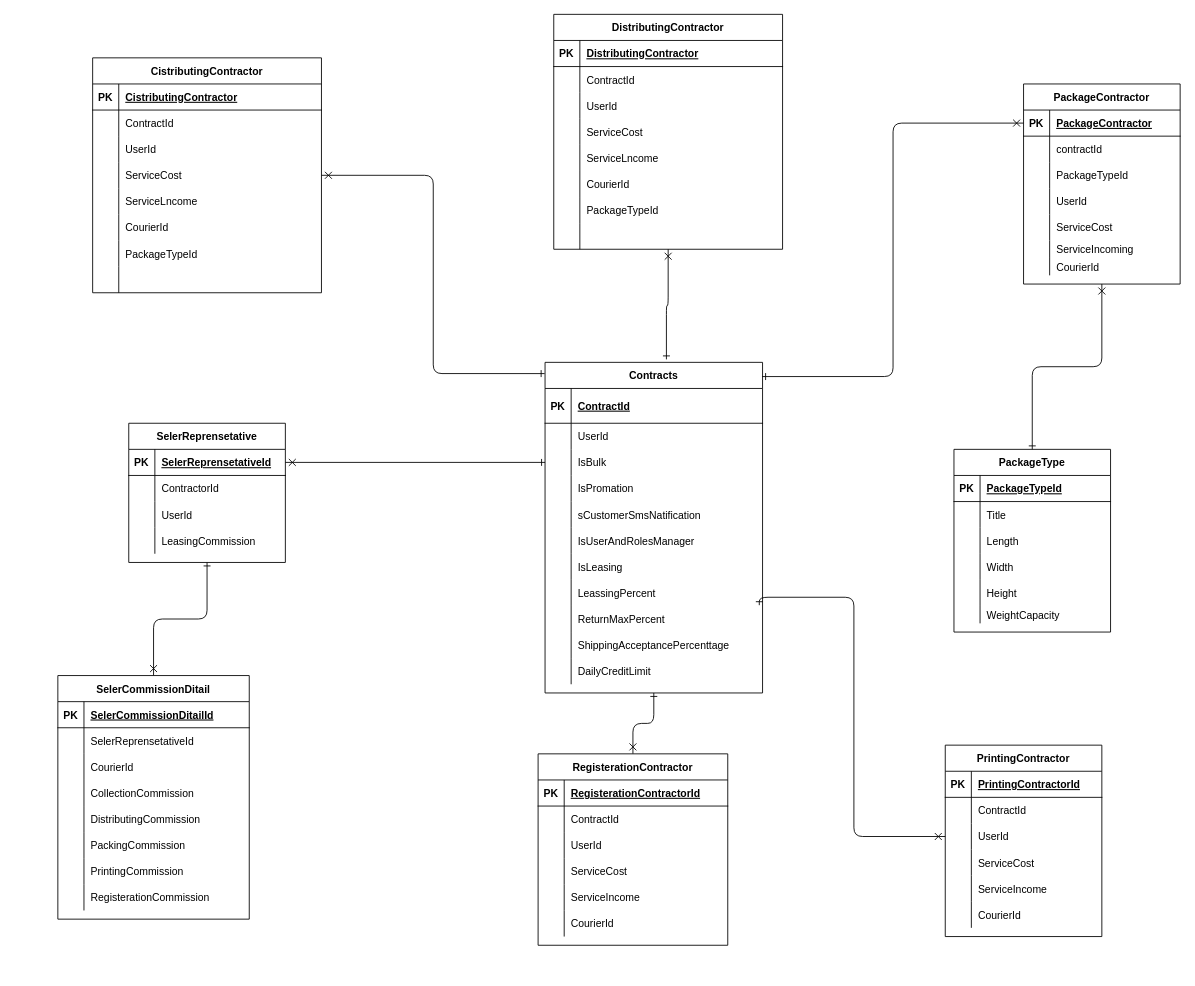
This is 04-Contract-Service/Diagrams/ContractServiceDatabase.drawio from behrangaghili/Postex-Documents_Diagrams, a draw.io file, before an edit. Source tidied: cells renumbered, new cells numbered last; positions are measured from the earlier drawing's top-left corner, leaving out a move shared by most shapes. Both pictures are drawn from the tidied source at 87%, with x=0, y=0 at pixel (57, 14).
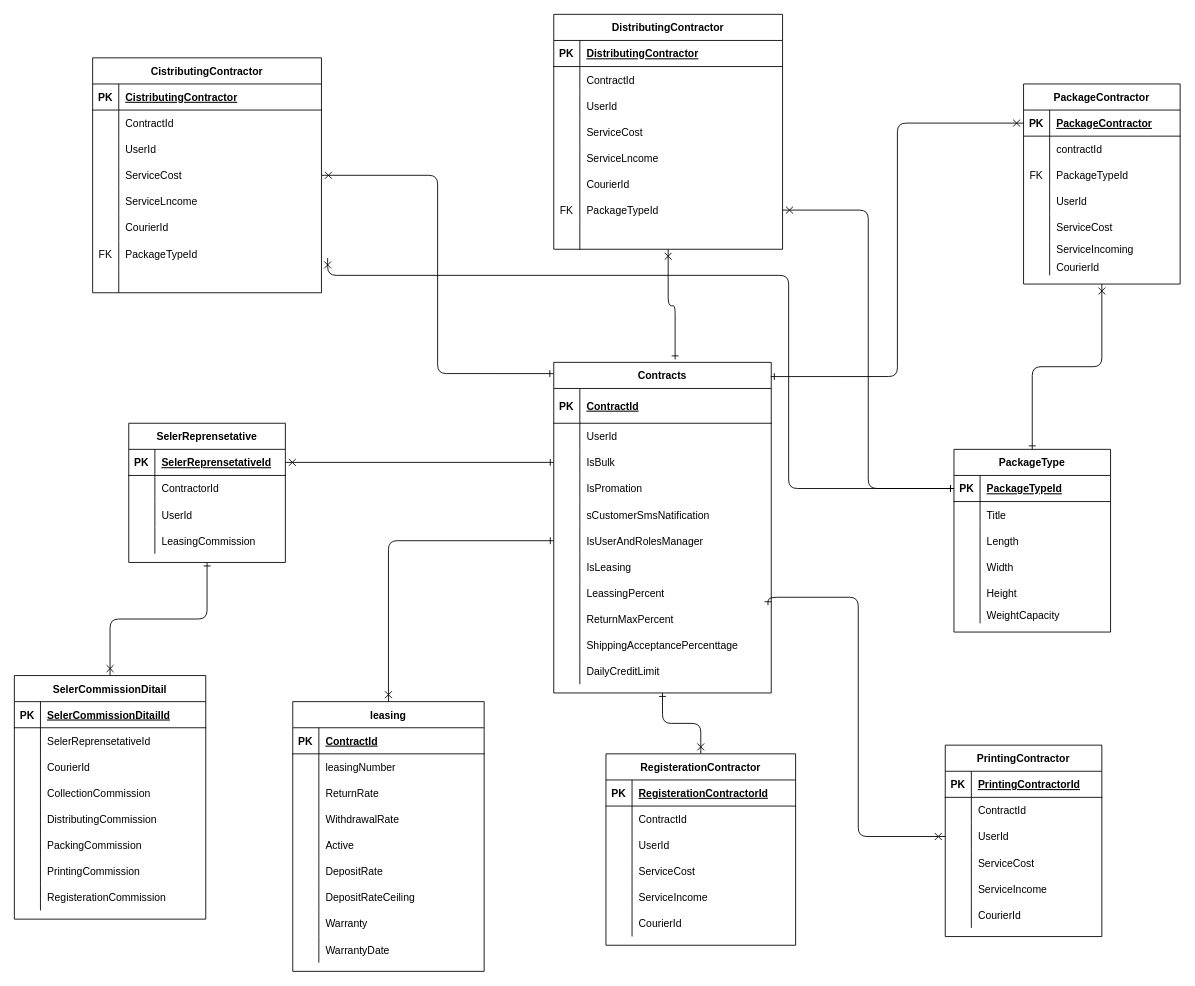
After the change.

Unchanged cells that the change refers to:
```xml
<mxCell id="18" style="shape=partialRectangle;fillColor=none;top=0;left=0;bottom=0;right=0;points=[[0,0.5],[1,0.5]];portConstraint=eastwest;" parent="2" vertex="1">
  <mxGeometry y="190" width="250" height="30" as="geometry" />
</mxCell>
<mxCell id="37" style="shape=partialRectangle;fillColor=none;top=0;left=0;bottom=1;right=0;points=[[0,0.5],[1,0.5]];portConstraint=eastwest;" parent="36" vertex="1">
  <mxGeometry y="30" width="180" height="30" as="geometry" />
</mxCell>
<mxCell id="88" style="shape=partialRectangle;fillColor=none;top=0;left=0;bottom=0;right=0;points=[[0,0.5],[1,0.5]];portConstraint=eastwest;" parent="69" vertex="1">
  <mxGeometry y="210" width="263" height="30" as="geometry" />
</mxCell>
<mxCell id="140" style="shape=partialRectangle;fillColor=none;top=0;left=0;bottom=0;right=0;points=[[0,0.5],[1,0.5]];portConstraint=eastwest;" parent="121" vertex="1">
  <mxGeometry y="210" width="263" height="30" as="geometry" />
</mxCell>
<mxCell id="193" style="shape=partialRectangle;fillColor=none;top=0;left=0;bottom=0;right=0;" parent="186" vertex="1">
  <mxGeometry y="90" width="180" height="30" as="geometry" />
</mxCell>
```

The edit, as a diff of the source:
```diff
@@
     <mxCell id="2" value="Contracts" style="shape=table;startSize=30;childLayout=tableLayout;rowLines=0;fontStyle=1;align=center;" parent="1" vertex="1">
-      <mxGeometry x="560" y="400" width="250" height="380" as="geometry" />
+      <mxGeometry x="570" y="400" width="250" height="380" as="geometry" />
     </mxCell>
@@
-    <mxCell id="89" style="shape=partialRectangle;fillColor=none;top=0;left=0;bottom=0;right=0;overflow=hidden;" parent="88" vertex="1">
+    <mxCell id="89" value="FK" style="shape=partialRectangle;fillColor=none;top=0;left=0;bottom=0;right=0;overflow=hidden;" parent="88" vertex="1">
       <mxGeometry width="30" height="30" as="geometry" />
     </mxCell>
@@
     <mxCell id="95" value="SelerCommissionDitail" style="shape=table;startSize=30;childLayout=tableLayout;rowLines=0;fontStyle=1;align=center;" parent="1" vertex="1">
-      <mxGeometry y="760" width="220" height="280" as="geometry" />
+      <mxGeometry x="-50" y="760" width="220" height="280" as="geometry" />
     </mxCell>
@@
-    <mxCell id="141" style="shape=partialRectangle;fillColor=none;top=0;left=0;bottom=0;right=0;overflow=hidden;" parent="140" vertex="1">
+    <mxCell id="141" value="FK" style="shape=partialRectangle;fillColor=none;top=0;left=0;bottom=0;right=0;overflow=hidden;" parent="140" vertex="1">
       <mxGeometry width="30" height="30" as="geometry" />
     </mxCell>
@@
     <mxCell id="166" value="RegisterationContractor" style="shape=table;startSize=30;childLayout=tableLayout;rowLines=0;fontStyle=1;align=center;" parent="1" vertex="1">
-      <mxGeometry x="552" y="850" width="218" height="220" as="geometry" />
+      <mxGeometry x="630" y="850" width="218" height="220" as="geometry" />
     </mxCell>
@@
-    <mxCell id="194" style="shape=partialRectangle;fillColor=none;top=0;left=0;bottom=0;right=0;overflow=hidden;" parent="193" vertex="1">
+    <mxCell id="194" value="FK" style="shape=partialRectangle;fillColor=none;top=0;left=0;bottom=0;right=0;overflow=hidden;" parent="193" vertex="1">
       <mxGeometry width="30" height="30" as="geometry" />
     </mxCell>
@@
+    <mxCell id="211" style="edgeStyle=orthogonalEdgeStyle;html=1;exitX=0;exitY=0.5;exitDx=0;exitDy=0;entryX=1;entryY=0.5;entryDx=0;entryDy=0;startArrow=ERone;startFill=0;endArrow=cross;endFill=0;" parent="1" edge="1" source="37" target="88">
+      <mxGeometry relative="1" as="geometry" />
+    </mxCell>
+    <mxCell id="212" style="edgeStyle=orthogonalEdgeStyle;html=1;exitX=0;exitY=0.5;exitDx=0;exitDy=0;entryX=1.027;entryY=0.667;entryDx=0;entryDy=0;entryPerimeter=0;startArrow=ERone;startFill=0;endArrow=cross;endFill=0;" parent="1" edge="1" source="37" target="140">
+      <mxGeometry relative="1" as="geometry">
+        <Array as="points">
+          <mxPoint x="840" y="545" />
+          <mxPoint x="840" y="300" />
+          <mxPoint x="310" y="300" />
+        </Array>
+      </mxGeometry>
+    </mxCell>
+    <mxCell id="213" value="leasing" style="shape=table;startSize=30;childLayout=tableLayout;rowLines=0;fontStyle=1;align=center;" parent="1" vertex="1">
+      <mxGeometry x="270" y="790" width="220" height="310" as="geometry" />
+    </mxCell>
+    <mxCell id="214" style="shape=partialRectangle;fillColor=none;top=0;left=0;bottom=1;right=0;" parent="213" vertex="1">
+      <mxGeometry y="30" width="220" height="30" as="geometry" />
+    </mxCell>
+    <mxCell id="215" value="PK" style="shape=partialRectangle;fillColor=none;top=0;left=0;bottom=0;right=0;fontStyle=1;overflow=hidden;" parent="214" vertex="1">
+      <mxGeometry width="30" height="30" as="geometry" />
+    </mxCell>
+    <mxCell id="216" value="ContractId" style="shape=partialRectangle;fillColor=none;top=0;left=0;bottom=0;right=0;align=left;spacingLeft=6;fontStyle=5;overflow=hidden;" parent="214" vertex="1">
+      <mxGeometry x="30" width="190" height="30" as="geometry" />
+    </mxCell>
+    <mxCell id="217" style="shape=partialRectangle;fillColor=none;top=0;left=0;bottom=0;right=0;" parent="213" vertex="1">
+      <mxGeometry y="60" width="220" height="30" as="geometry" />
+    </mxCell>
+    <mxCell id="218" style="shape=partialRectangle;fillColor=none;top=0;left=0;bottom=0;right=0;overflow=hidden;" parent="217" vertex="1">
+      <mxGeometry width="30" height="30" as="geometry" />
+    </mxCell>
+    <mxCell id="219" value="leasingNumber" style="shape=partialRectangle;fillColor=none;top=0;left=0;bottom=0;right=0;align=left;spacingLeft=6;overflow=hidden;" parent="217" vertex="1">
+      <mxGeometry x="30" width="190" height="30" as="geometry" />
+    </mxCell>
+    <mxCell id="220" style="shape=partialRectangle;fillColor=none;top=0;left=0;bottom=0;right=0;" parent="213" vertex="1">
+      <mxGeometry y="90" width="220" height="30" as="geometry" />
+    </mxCell>
+    <mxCell id="221" style="shape=partialRectangle;fillColor=none;top=0;left=0;bottom=0;right=0;overflow=hidden;" parent="220" vertex="1">
+      <mxGeometry width="30" height="30" as="geometry" />
+    </mxCell>
+    <mxCell id="222" value="ReturnRate" style="shape=partialRectangle;fillColor=none;top=0;left=0;bottom=0;right=0;align=left;spacingLeft=6;overflow=hidden;" parent="220" vertex="1">
+      <mxGeometry x="30" width="190" height="30" as="geometry" />
+    </mxCell>
+    <mxCell id="223" style="shape=partialRectangle;fillColor=none;top=0;left=0;bottom=0;right=0;" parent="213" vertex="1">
+      <mxGeometry y="120" width="220" height="30" as="geometry" />
+    </mxCell>
+    <mxCell id="224" style="shape=partialRectangle;fillColor=none;top=0;left=0;bottom=0;right=0;overflow=hidden;" parent="223" vertex="1">
+      <mxGeometry width="30" height="30" as="geometry" />
+    </mxCell>
+    <mxCell id="225" value="WithdrawalRate" style="shape=partialRectangle;fillColor=none;top=0;left=0;bottom=0;right=0;align=left;spacingLeft=6;overflow=hidden;" parent="223" vertex="1">
+      <mxGeometry x="30" width="190" height="30" as="geometry" />
+    </mxCell>
+    <mxCell id="226" style="shape=partialRectangle;fillColor=none;top=0;left=0;bottom=0;right=0;" parent="213" vertex="1">
+      <mxGeometry y="150" width="220" height="30" as="geometry" />
+    </mxCell>
+    <mxCell id="227" style="shape=partialRectangle;fillColor=none;top=0;left=0;bottom=0;right=0;overflow=hidden;" parent="226" vertex="1">
+      <mxGeometry width="30" height="30" as="geometry" />
+    </mxCell>
+    <mxCell id="228" value="Active" style="shape=partialRectangle;fillColor=none;top=0;left=0;bottom=0;right=0;align=left;spacingLeft=6;overflow=hidden;" parent="226" vertex="1">
+      <mxGeometry x="30" width="190" height="30" as="geometry" />
+    </mxCell>
+    <mxCell id="229" style="shape=partialRectangle;fillColor=none;top=0;left=0;bottom=0;right=0;" parent="213" vertex="1">
+      <mxGeometry y="180" width="220" height="30" as="geometry" />
+    </mxCell>
+    <mxCell id="230" style="shape=partialRectangle;fillColor=none;top=0;left=0;bottom=0;right=0;overflow=hidden;" parent="229" vertex="1">
+      <mxGeometry width="30" height="30" as="geometry" />
+    </mxCell>
+    <mxCell id="231" value="DepositRate" style="shape=partialRectangle;fillColor=none;top=0;left=0;bottom=0;right=0;align=left;spacingLeft=6;overflow=hidden;" parent="229" vertex="1">
+      <mxGeometry x="30" width="190" height="30" as="geometry" />
+    </mxCell>
+    <mxCell id="232" style="shape=partialRectangle;fillColor=none;top=0;left=0;bottom=0;right=0;" parent="213" vertex="1">
+      <mxGeometry y="210" width="220" height="30" as="geometry" />
+    </mxCell>
+    <mxCell id="233" style="shape=partialRectangle;fillColor=none;top=0;left=0;bottom=0;right=0;overflow=hidden;" parent="232" vertex="1">
+      <mxGeometry width="30" height="30" as="geometry" />
+    </mxCell>
+    <mxCell id="234" value="DepositRateCeiling" style="shape=partialRectangle;fillColor=none;top=0;left=0;bottom=0;right=0;align=left;spacingLeft=6;overflow=hidden;" parent="232" vertex="1">
+      <mxGeometry x="30" width="190" height="30" as="geometry" />
+    </mxCell>
+    <mxCell id="235" style="shape=partialRectangle;fillColor=none;top=0;left=0;bottom=0;right=0;" parent="213" vertex="1">
+      <mxGeometry y="240" width="220" height="30" as="geometry" />
+    </mxCell>
+    <mxCell id="236" style="shape=partialRectangle;fillColor=none;top=0;left=0;bottom=0;right=0;overflow=hidden;" parent="235" vertex="1">
+      <mxGeometry width="30" height="30" as="geometry" />
+    </mxCell>
+    <mxCell id="237" value="Warranty" style="shape=partialRectangle;fillColor=none;top=0;left=0;bottom=0;right=0;align=left;spacingLeft=6;overflow=hidden;" parent="235" vertex="1">
+      <mxGeometry x="30" width="190" height="30" as="geometry" />
+    </mxCell>
+    <mxCell id="238" style="shape=partialRectangle;fillColor=none;top=0;left=0;bottom=0;right=0;" parent="213" vertex="1">
+      <mxGeometry y="270" width="220" height="30" as="geometry" />
+    </mxCell>
+    <mxCell id="239" style="shape=partialRectangle;fillColor=none;top=0;left=0;bottom=0;right=0;overflow=hidden;" parent="238" vertex="1">
+      <mxGeometry width="30" height="30" as="geometry" />
+    </mxCell>
+    <mxCell id="240" value="WarrantyDate" style="shape=partialRectangle;fillColor=none;top=0;left=0;bottom=0;right=0;align=left;spacingLeft=6;overflow=hidden;" parent="238" vertex="1">
+      <mxGeometry x="30" width="190" height="30" as="geometry" />
+    </mxCell>
+    <mxCell id="241" style="edgeStyle=orthogonalEdgeStyle;html=1;exitX=0;exitY=0.5;exitDx=0;exitDy=0;entryX=0.5;entryY=0;entryDx=0;entryDy=0;startArrow=ERone;startFill=0;endArrow=cross;endFill=0;" parent="1" edge="1" source="18" target="213">
+      <mxGeometry relative="1" as="geometry" />
+    </mxCell>
```
